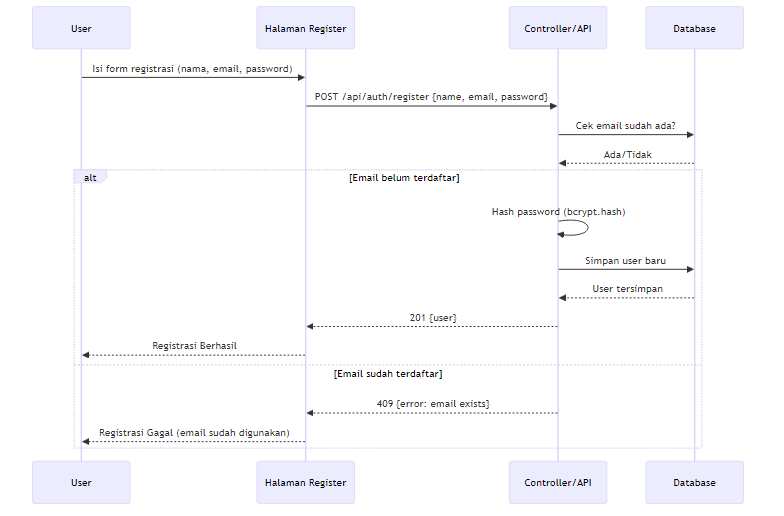
QilAqil/PPTB_BQ keeps this Mermaid diagram as public/diagrams/seq_register_user.png. Above is the earlier version. Its source is kept beside it as diagrams/seq_register_user.mmd. Source of this version:
```mermaid
sequenceDiagram
  participant U as User
  participant UI as Halaman Register
  participant API as Controller/API
  participant DB as Database

  U->>UI: Isi form registrasi (nama, email, password)
  UI->>API: POST /api/auth/register {name, email, password}
  API->>DB: Cek email sudah ada?
  DB-->>API: Ada/Tidak
  alt Email belum terdaftar
    API->>API: Hash password (bcrypt.hash)
    API->>DB: Simpan user baru
    DB-->>API: User tersimpan
    API-->>UI: 201 {user}
    UI-->>U: Registrasi Berhasil
  else Email sudah terdaftar
    API-->>UI: 409 {error: email exists}
    UI-->>U: Registrasi Gagal (email sudah digunakan)
  end
```
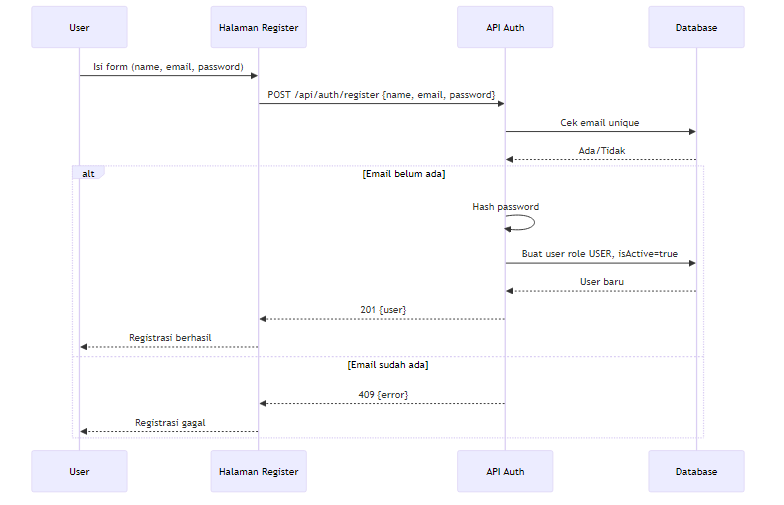
After the change.

Change to the diagram source:
```diff
@@ -1,20 +1,20 @@
 sequenceDiagram
   participant U as User
   participant UI as Halaman Register
-  participant API as Controller/API
+  participant API as API Auth
   participant DB as Database
 
-  U->>UI: Isi form registrasi (nama, email, password)
+  U->>UI: Isi form (name, email, password)
   UI->>API: POST /api/auth/register {name, email, password}
-  API->>DB: Cek email sudah ada?
+  API->>DB: Cek email unique
   DB-->>API: Ada/Tidak
-  alt Email belum terdaftar
-    API->>API: Hash password (bcrypt.hash)
-    API->>DB: Simpan user baru
-    DB-->>API: User tersimpan
+  alt Email belum ada
+    API->>API: Hash password
+    API->>DB: Buat user role USER, isActive=true
+    DB-->>API: User baru
     API-->>UI: 201 {user}
-    UI-->>U: Registrasi Berhasil
-  else Email sudah terdaftar
-    API-->>UI: 409 {error: email exists}
-    UI-->>U: Registrasi Gagal (email sudah digunakan)
+    UI-->>U: Registrasi berhasil
+  else Email sudah ada
+    API-->>UI: 409 {error}
+    UI-->>U: Registrasi gagal
   end
```
